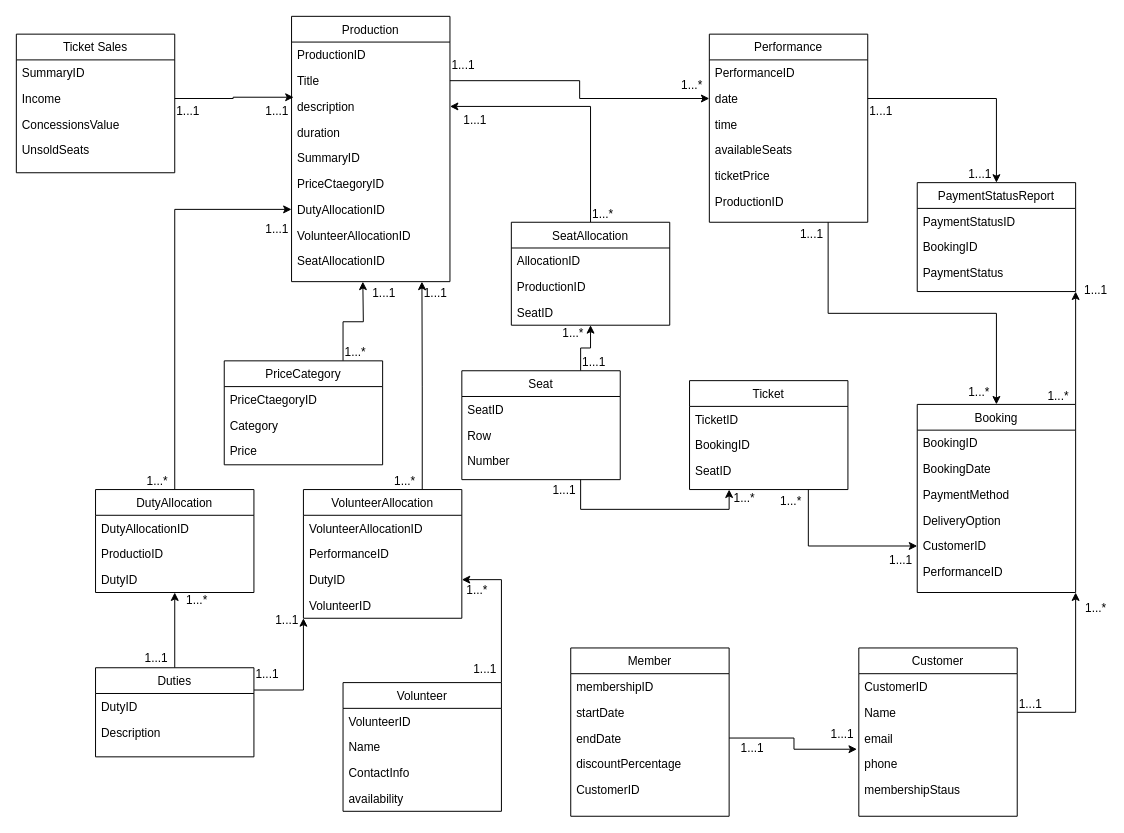
iamheetp/ecomstore keeps this draw.io diagram as Untitled Diagram.drawio. Above is the earlier version. Source tidied: cells renumbered, new cells numbered last; positions are measured from the earlier drawing's top-left corner, leaving out a move shared by most shapes. Both pictures are drawn from the tidied source at 99%, with x=0, y=0 at pixel (16, 16).
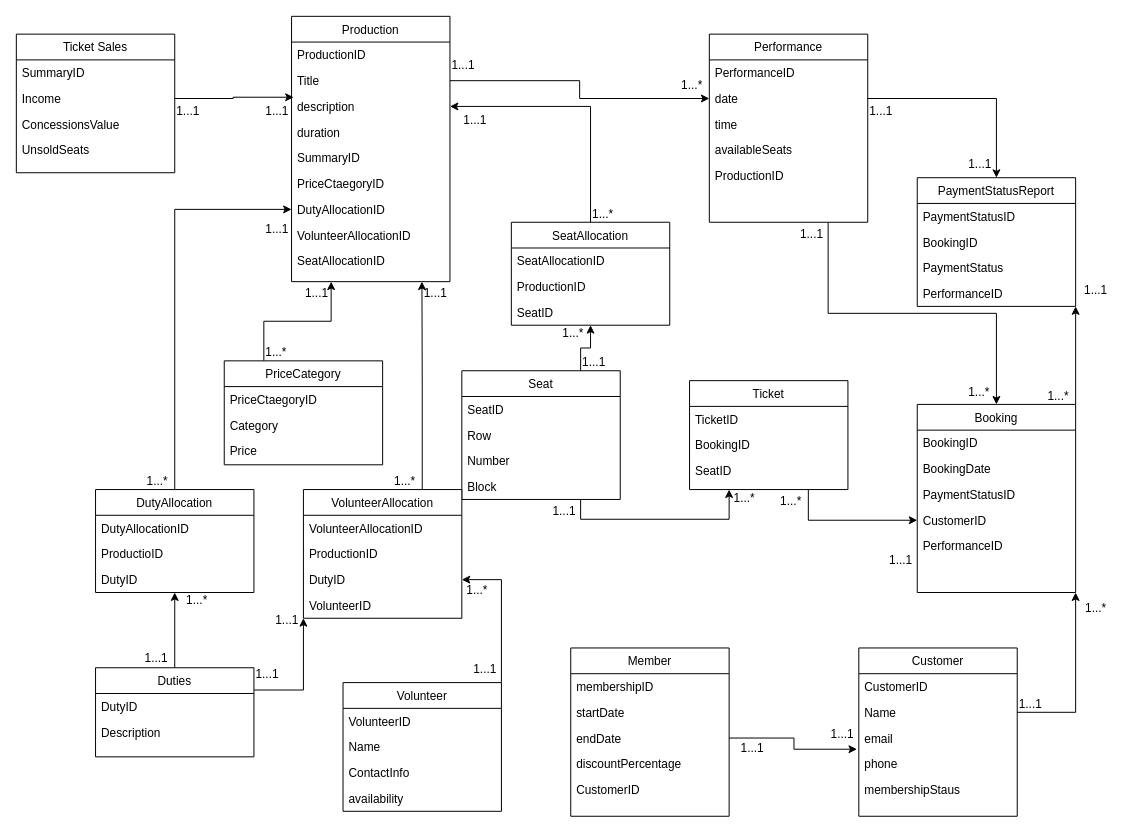
Above is the later version.

Unchanged cells that the change refers to:
```xml
<mxCell id="15" value="Booking" style="swimlane;fontStyle=0;align=center;verticalAlign=top;horizontal=1;startSize=26;rounded=0;shadow=0;strokeWidth=1;" parent="1" vertex="1">
  <mxGeometry x="910" y="392" width="160" height="190" as="geometry" />
</mxCell>
<mxCell id="22" value="Production" style="swimlane;fontStyle=0;align=center;verticalAlign=top;horizontal=1;startSize=26;rounded=0;shadow=0;strokeWidth=1;" parent="1" vertex="1">
  <mxGeometry x="278" width="160" height="268" as="geometry" />
</mxCell>
<mxCell id="33" value="Performance" style="swimlane;fontStyle=0;align=center;verticalAlign=top;horizontal=1;startSize=26;rounded=0;shadow=0;strokeWidth=1;" parent="1" vertex="1">
  <mxGeometry x="700" y="18" width="160" height="190" as="geometry" />
</mxCell>
<mxCell id="58" value="VolunteerAllocation" style="swimlane;fontStyle=0;align=center;verticalAlign=top;horizontal=1;startSize=26;rounded=0;shadow=0;strokeWidth=1;" parent="1" vertex="1">
  <mxGeometry x="290" y="478" width="160" height="130" as="geometry" />
</mxCell>
<mxCell id="90" value="PriceCategory" style="swimlane;fontStyle=0;align=center;verticalAlign=top;horizontal=1;startSize=26;rounded=0;shadow=0;strokeWidth=1;" parent="1" vertex="1">
  <mxGeometry x="210" y="348" width="160" height="105" as="geometry" />
</mxCell>
<mxCell id="102" value="SeatAllocation" style="swimlane;fontStyle=0;align=center;verticalAlign=top;horizontal=1;startSize=26;rounded=0;shadow=0;strokeWidth=1;" parent="1" vertex="1">
  <mxGeometry x="500" y="208" width="160" height="104" as="geometry" />
</mxCell>
```

What changed in the source:
```diff
@@
     <mxCell id="4" value="Seat" style="swimlane;fontStyle=0;align=center;verticalAlign=top;horizontal=1;startSize=26;rounded=0;shadow=0;strokeWidth=1;" parent="1" vertex="1">
-      <mxGeometry x="450" y="358" width="160" height="110" as="geometry" />
+      <mxGeometry x="450" y="358" width="160" height="130" as="geometry" />
     </mxCell>
@@
+    <mxCell id="131" value="Block" style="text;align=left;verticalAlign=top;spacingLeft=4;spacingRight=4;overflow=hidden;rounded=0;shadow=0;html=0;" parent="4" vertex="1">
+      <mxGeometry y="104" width="160" height="26" as="geometry" />
+    </mxCell>
@@
-    <mxCell id="18" value="PaymentMethod" style="text;align=left;verticalAlign=top;spacingLeft=4;spacingRight=4;overflow=hidden;" parent="15" vertex="1">
+    <mxCell id="18" value="PaymentStatusID" style="text;align=left;verticalAlign=top;spacingLeft=4;spacingRight=4;overflow=hidden;" parent="15" vertex="1">
       <mxGeometry y="78" width="160" height="26" as="geometry" />
     </mxCell>
-    <mxCell id="19" value="DeliveryOption" style="text;align=left;verticalAlign=top;spacingLeft=4;spacingRight=4;overflow=hidden;" parent="15" vertex="1">
-      <mxGeometry y="104" width="160" height="26" as="geometry" />
-    </mxCell>
     <mxCell id="20" value="CustomerID" style="text;align=left;verticalAlign=top;spacingLeft=4;spacingRight=4;overflow=hidden;points=[[0,0.5],[1,0.5]];portConstraint=eastwest;" parent="15" vertex="1">
-      <mxGeometry y="130" width="160" height="26" as="geometry" />
+      <mxGeometry y="104" width="160" height="26" as="geometry" />
     </mxCell>
     <mxCell id="21" value="PerformanceID" style="text;align=left;verticalAlign=top;spacingLeft=4;spacingRight=4;overflow=hidden;" parent="15" vertex="1">
-      <mxGeometry y="156" width="160" height="26" as="geometry" />
+      <mxGeometry y="130" width="160" height="26" as="geometry" />
     </mxCell>
@@
-    <mxCell id="38" value="ticketPrice" style="text;align=left;verticalAlign=top;spacingLeft=4;spacingRight=4;overflow=hidden;rounded=0;shadow=0;html=0;" parent="33" vertex="1">
-      <mxGeometry y="130" width="160" height="26" as="geometry" />
-    </mxCell>
     <mxCell id="39" value="ProductionID" style="text;align=left;verticalAlign=top;spacingLeft=4;spacingRight=4;overflow=hidden;rounded=0;shadow=0;html=0;" parent="33" vertex="1">
-      <mxGeometry y="156" width="160" height="26" as="geometry" />
+      <mxGeometry y="130" width="160" height="26" as="geometry" />
     </mxCell>
@@
-    <mxCell id="60" value="PerformanceID" style="text;align=left;verticalAlign=top;spacingLeft=4;spacingRight=4;overflow=hidden;rounded=0;shadow=0;html=0;" parent="58" vertex="1">
+    <mxCell id="60" value="ProductionID" style="text;align=left;verticalAlign=top;spacingLeft=4;spacingRight=4;overflow=hidden;rounded=0;shadow=0;html=0;" parent="58" vertex="1">
       <mxGeometry y="52" width="160" height="26" as="geometry" />
     </mxCell>
@@
     <mxCell id="87" value="1...*" style="align=left;verticalAlign=bottom;labelBackgroundColor=none;fontSize=12;rotation=0;" parent="1" vertex="1">
-      <mxGeometry x="330" y="348" as="geometry" />
+      <mxGeometry x="250" y="348" as="geometry" />
     </mxCell>
     <mxCell id="88" value="1...1" style="align=left;verticalAlign=bottom;labelBackgroundColor=none;fontSize=12;" parent="1" vertex="1">
-      <mxGeometry x="358" y="288" as="geometry" />
+      <mxGeometry x="290" y="288" as="geometry" />
     </mxCell>
-    <mxCell id="89" style="edgeStyle=orthogonalEdgeStyle;rounded=0;jettySize=auto;html=1;exitX=0.75;exitY=0;exitDx=0;exitDy=0;" parent="1" edge="1" source="90">
-      <mxGeometry relative="1" as="geometry">
-        <mxPoint x="350" y="268" as="targetPoint" />
-      </mxGeometry>
-    </mxCell>
+    <mxCell id="132" style="edgeStyle=orthogonalEdgeStyle;rounded=0;jettySize=auto;html=1;exitX=0.25;exitY=0;exitDx=0;exitDy=0;entryX=0.25;entryY=1;entryDx=0;entryDy=0;" parent="1" edge="1" source="90" target="22">
+      <mxGeometry relative="1" as="geometry" />
+    </mxCell>
@@
-    <mxCell id="103" value="AllocationID" style="text;align=left;verticalAlign=top;spacingLeft=4;spacingRight=4;overflow=hidden;" parent="102" vertex="1">
+    <mxCell id="103" value="SeatAllocationID" style="text;align=left;verticalAlign=top;spacingLeft=4;spacingRight=4;overflow=hidden;" parent="102" vertex="1">
       <mxGeometry y="26" width="160" height="26" as="geometry" />
     </mxCell>
@@
     <mxCell id="109" value="PaymentStatusReport" style="swimlane;fontStyle=0;align=center;verticalAlign=top;horizontal=1;startSize=26;rounded=0;shadow=0;strokeWidth=1;" parent="1" vertex="1">
-      <mxGeometry x="910" y="168" width="160" height="110" as="geometry" />
+      <mxGeometry x="910" y="163" width="160" height="130" as="geometry" />
     </mxCell>
@@
+    <mxCell id="133" value="PerformanceID" style="text;align=left;verticalAlign=top;spacingLeft=4;spacingRight=4;overflow=hidden;rounded=0;shadow=0;html=0;" parent="109" vertex="1">
+      <mxGeometry y="104" width="160" height="26" as="geometry" />
+    </mxCell>
@@
     <mxCell id="122" value="1...1" style="align=left;verticalAlign=bottom;labelBackgroundColor=none;fontSize=12;" parent="1" vertex="1">
-      <mxGeometry x="960" y="168" as="geometry" />
+      <mxGeometry x="960" y="158" as="geometry" />
     </mxCell>
@@
     <mxCell id="128" value="1...1" style="align=left;verticalAlign=bottom;labelBackgroundColor=none;fontSize=12;" parent="1" vertex="1">
-      <mxGeometry x="540" y="487" as="geometry" />
+      <mxGeometry x="540" y="508" as="geometry" />
     </mxCell>
```
